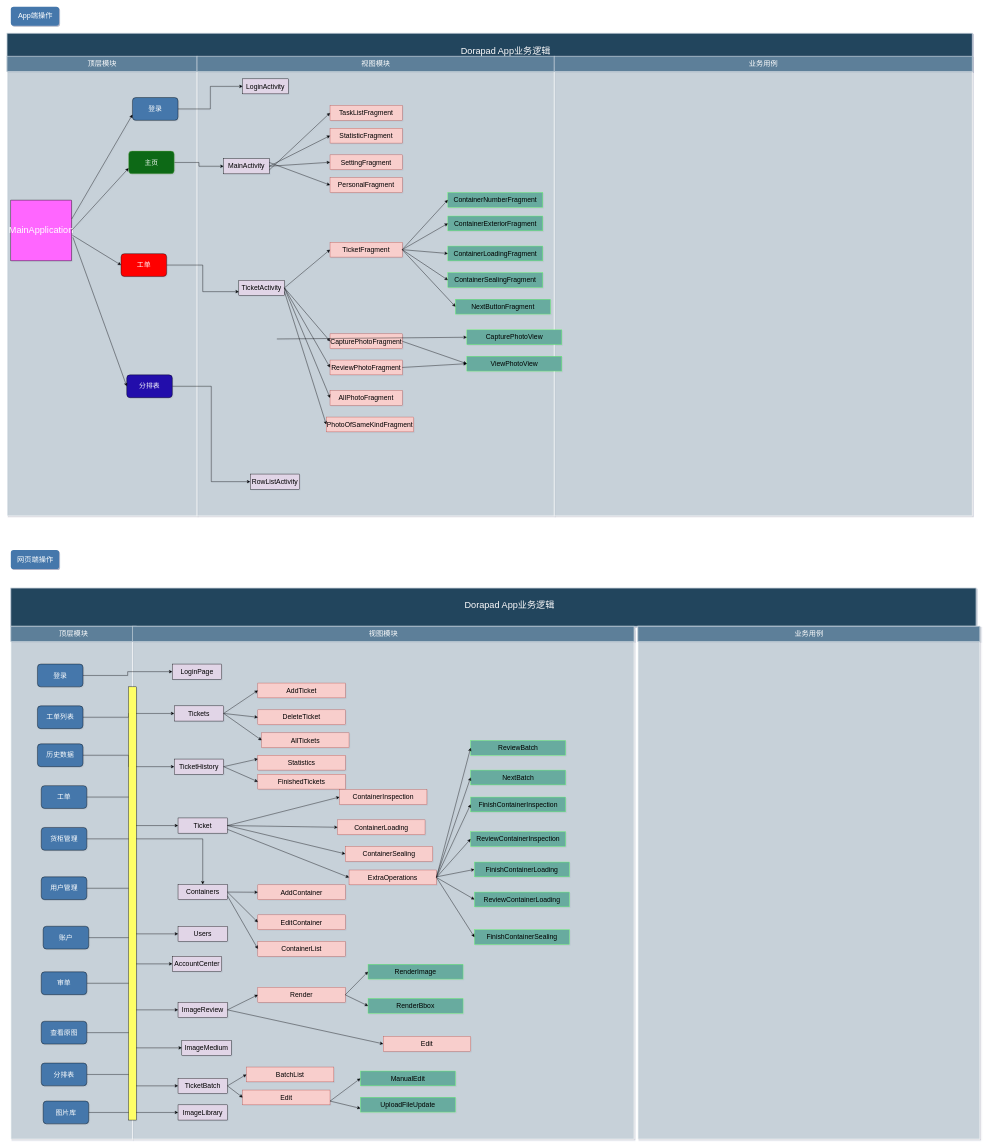
Before: 业务流程图终版前端.drawio in Daniel-Kao/blog, a draw.io diagram. Source tidied: cells renumbered, new cells numbered last; positions are measured from the earlier drawing's top-left corner, leaving out a move shared by most shapes. Both pictures are drawn from the tidied source at 38%, with x=0, y=0 at pixel (7, 6).
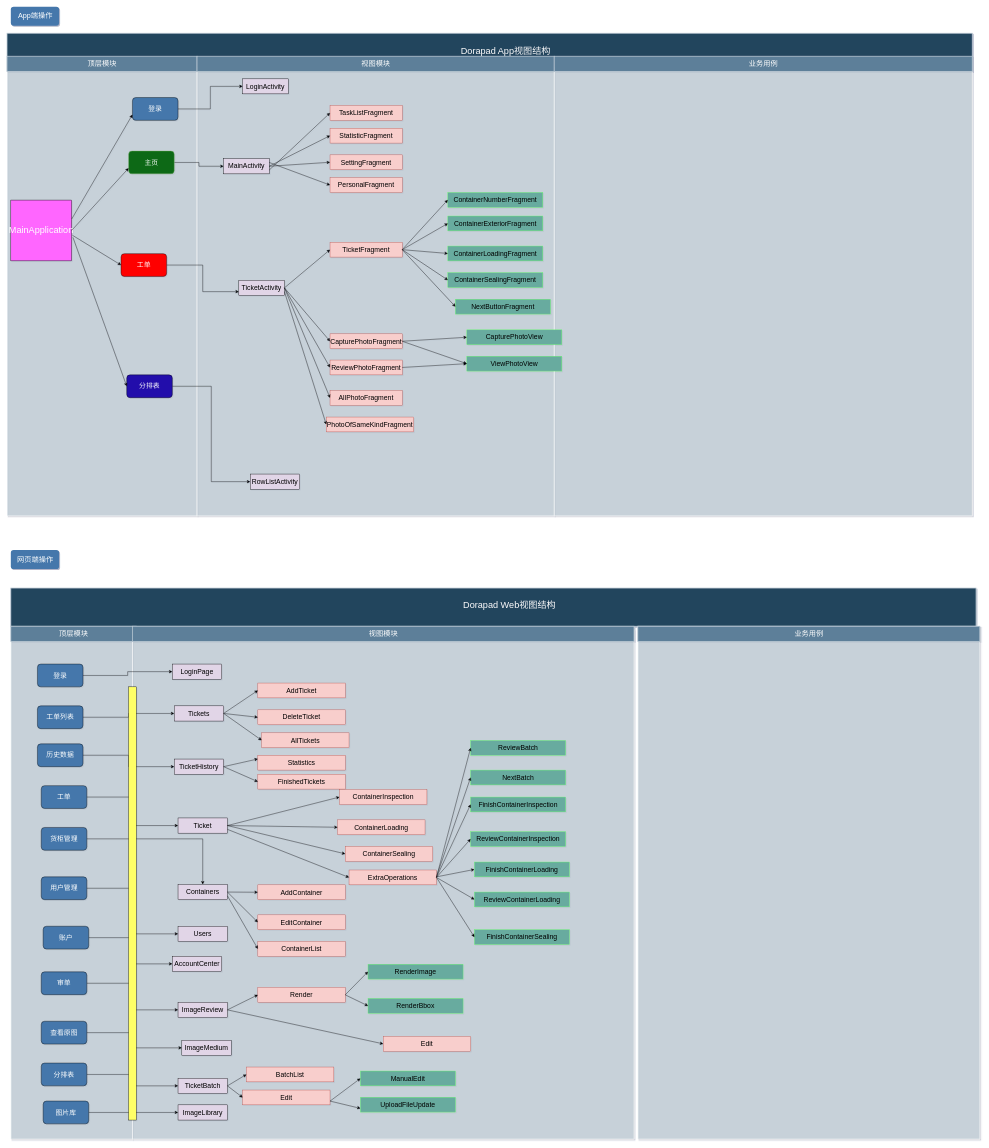
The same diagram, later.

Commit message:
Update 业务流程图终版前端.drawio

Unchanged cells that the change refers to:
```xml
<mxCell id="31" value="CapturePhotoFragment" style="rounded=0;whiteSpace=wrap;html=1;fontSize=18;fillColor=#f8cecc;strokeColor=#b85450;" parent="1" vertex="1">
  <mxGeometry x="850" y="861" width="190" height="39" as="geometry" />
</mxCell>
<mxCell id="51" value="CapturePhotoView" style="rounded=0;whiteSpace=wrap;html=1;fontSize=18;fillColor=#67AB9F;strokeColor=#66FF66;" parent="1" vertex="1">
  <mxGeometry x="1210" y="850.5" width="250" height="39" as="geometry" />
</mxCell>
```

Diff of the diagram source:
```diff
@@
-    <mxCell id="2" value="Dorapad App业务逻辑" style="strokeColor=#BAC8D3;fillColor=#23445D;fontSize=24;strokeWidth=2;fontFamily=Helvetica;html=1;fontColor=#FFFFFF;fontStyle=0;spacingBottom=8;spacingRight=0;spacingLeft=83;" parent="1" vertex="1">
+    <mxCell id="2" value="Dorapad App视图结构" style="strokeColor=#BAC8D3;fillColor=#23445D;fontSize=24;strokeWidth=2;fontFamily=Helvetica;html=1;fontColor=#FFFFFF;fontStyle=0;spacingBottom=8;spacingRight=0;spacingLeft=83;" parent="1" vertex="1">
       <mxGeometry y="70" width="2540" height="100.5" as="geometry" />
     </mxCell>
@@
-    <mxCell id="52" style="endArrow=classic;html=1;rounded=0;fontSize=18;fontColor=#000000;entryX=0;entryY=0.5;entryDx=0;entryDy=0;exitX=1;exitY=0.5;exitDx=0;exitDy=0;" parent="1" edge="1" target="51">
-      <mxGeometry relative="1" as="geometry">
-        <mxPoint x="710" y="874.5" as="sourcePoint" />
-      </mxGeometry>
+    <mxCell id="52" style="endArrow=classic;html=1;rounded=0;fontSize=18;fontColor=#000000;entryX=0;entryY=0.5;entryDx=0;entryDy=0;exitX=1;exitY=0.5;exitDx=0;exitDy=0;" parent="1" edge="1" source="31" target="51">
+      <mxGeometry relative="1" as="geometry" />
     </mxCell>
@@
-    <mxCell id="57" value="Dorapad App业务逻辑" style="strokeColor=#BAC8D3;fillColor=#23445D;fontSize=24;strokeWidth=2;fontFamily=Helvetica;html=1;fontColor=#FFFFFF;fontStyle=0;spacingBottom=8;spacingRight=0;spacingLeft=83;" parent="1" vertex="1">
+    <mxCell id="57" value="Dorapad Web视图结构" style="strokeColor=#BAC8D3;fillColor=#23445D;fontSize=24;strokeWidth=2;fontFamily=Helvetica;html=1;fontColor=#FFFFFF;fontStyle=0;spacingBottom=8;spacingRight=0;spacingLeft=83;" parent="1" vertex="1">
       <mxGeometry x="10" y="1530" width="2540" height="100.5" as="geometry" />
     </mxCell>
```
